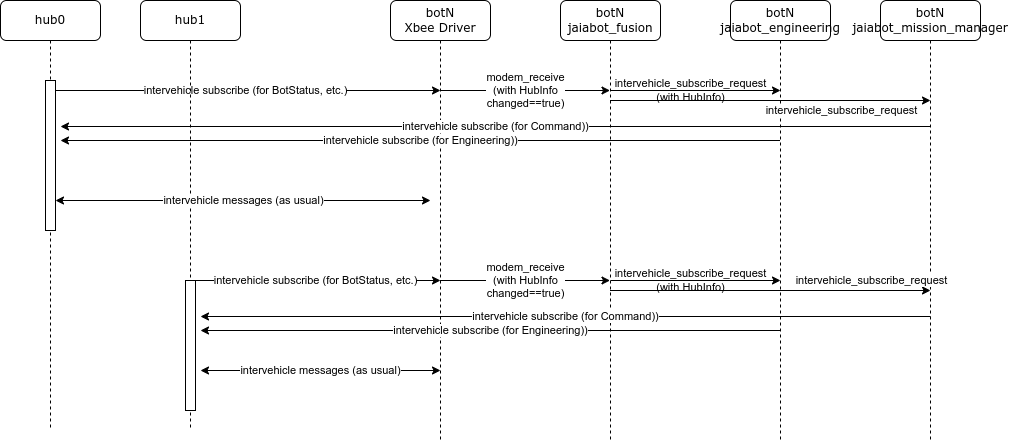
jaiarobotics/jaiabot keeps this draw.io diagram as src/doc/figures/multihub-sequence.png. Above is the earlier version. Source tidied: cells renumbered, new cells last; positions are measured from the earlier drawing's top-left corner, leaving out a move shared by most shapes.
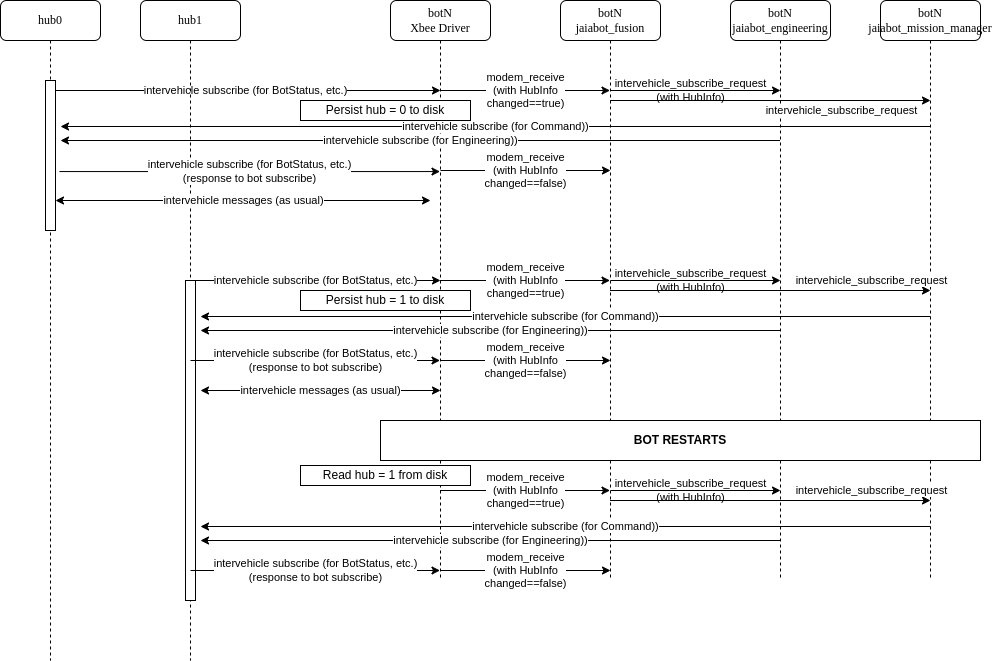
Above is the later version.

Commit message:
Allow bots to restart during multihub without having the hub resend a packet by persisting the last hub received from

The edit, as a diff of the source:
```diff
@@ -3,7 +3,7 @@
     <mxCell id="0" />
     <mxCell id="1" parent="0" />
     <mxCell id="2" value="botN&lt;br&gt;Xbee Driver" style="shape=umlLifeline;perimeter=lifelinePerimeter;whiteSpace=wrap;html=1;outlineConnect=0;rounded=1;shadow=0;comic=0;labelBackgroundColor=none;strokeWidth=1;fontFamily=Verdana;fontSize=12;align=center;" parent="1" vertex="1">
-      <mxGeometry x="390" width="100" height="440" as="geometry" />
+      <mxGeometry x="390" width="100" height="580" as="geometry" />
     </mxCell>
     <mxCell id="3" value="&lt;span style=&quot;color: rgb(0, 0, 0); font-family: Helvetica; font-size: 11px; font-style: normal; font-variant-ligatures: normal; font-variant-caps: normal; font-weight: 400; letter-spacing: normal; orphans: 2; text-align: center; text-indent: 0px; text-transform: none; widows: 2; word-spacing: 0px; -webkit-text-stroke-width: 0px; background-color: rgb(255, 255, 255); text-decoration-thickness: initial; text-decoration-style: initial; text-decoration-color: initial; float: none; display: inline !important;&quot;&gt;intervehicle subscribe (for BotStatus, etc.)&lt;/span&gt;" style="endArrow=classic;html=1;rounded=0;" parent="2" edge="1">
       <mxGeometry relative="1" as="geometry">
@@ -12,13 +12,13 @@
       </mxGeometry>
     </mxCell>
     <mxCell id="4" value="hub0" style="shape=umlLifeline;perimeter=lifelinePerimeter;whiteSpace=wrap;html=1;rounded=1;shadow=0;comic=0;labelBackgroundColor=none;strokeWidth=1;fontFamily=Verdana;fontSize=12;align=center;" parent="1" vertex="1">
-      <mxGeometry width="100" height="430" as="geometry" />
+      <mxGeometry width="100" height="660" as="geometry" />
     </mxCell>
     <mxCell id="5" style="html=1;points=[];perimeter=orthogonalPerimeter;" parent="4" vertex="1">
       <mxGeometry x="45" y="80" width="10" height="150" as="geometry" />
     </mxCell>
     <mxCell id="6" value="hub1" style="shape=umlLifeline;perimeter=lifelinePerimeter;whiteSpace=wrap;html=1;outlineConnect=0;rounded=1;shadow=0;comic=0;labelBackgroundColor=none;strokeWidth=1;fontFamily=Verdana;fontSize=12;align=center;" parent="1" vertex="1">
-      <mxGeometry x="140" width="100" height="430" as="geometry" />
+      <mxGeometry x="140" width="100" height="660" as="geometry" />
     </mxCell>
     <mxCell id="7" value="&lt;span style=&quot;color: rgb(0, 0, 0); font-family: Helvetica; font-size: 11px; font-style: normal; font-variant-ligatures: normal; font-variant-caps: normal; font-weight: 400; letter-spacing: normal; orphans: 2; text-align: center; text-indent: 0px; text-transform: none; widows: 2; word-spacing: 0px; -webkit-text-stroke-width: 0px; background-color: rgb(255, 255, 255); text-decoration-thickness: initial; text-decoration-style: initial; text-decoration-color: initial; float: none; display: inline !important;&quot;&gt;intervehicle messages (as usual)&lt;/span&gt;" style="endArrow=classic;html=1;rounded=0;startArrow=classic;startFill=1;endFill=1;" parent="6" edge="1">
       <mxGeometry relative="1" as="geometry">
@@ -27,7 +27,7 @@
       </mxGeometry>
     </mxCell>
     <mxCell id="8" style="html=1;perimeter=orthogonalPerimeter;" parent="6" vertex="1">
-      <mxGeometry x="45" y="280" width="10" height="130" as="geometry" />
+      <mxGeometry x="45" y="280" width="10" height="320" as="geometry" />
     </mxCell>
     <mxCell id="9" value="&lt;span style=&quot;color: rgb(0, 0, 0); font-family: Helvetica; font-size: 11px; font-style: normal; font-variant-ligatures: normal; font-variant-caps: normal; font-weight: 400; letter-spacing: normal; orphans: 2; text-align: center; text-indent: 0px; text-transform: none; widows: 2; word-spacing: 0px; -webkit-text-stroke-width: 0px; background-color: rgb(255, 255, 255); text-decoration-thickness: initial; text-decoration-style: initial; text-decoration-color: initial; float: none; display: inline !important;&quot;&gt;intervehicle subscribe (for Engineering))&lt;/span&gt;" style="endArrow=none;html=1;rounded=0;startArrow=classic;startFill=1;endFill=0;" parent="1" edge="1">
       <mxGeometry relative="1" as="geometry">
@@ -36,10 +36,16 @@
       </mxGeometry>
     </mxCell>
     <mxCell id="10" value="botN&lt;br&gt;jaiabot_fusion" style="shape=umlLifeline;perimeter=lifelinePerimeter;whiteSpace=wrap;html=1;outlineConnect=0;rounded=1;shadow=0;comic=0;labelBackgroundColor=none;strokeWidth=1;fontFamily=Verdana;fontSize=12;align=center;" parent="1" vertex="1">
-      <mxGeometry x="560" width="100" height="440" as="geometry" />
+      <mxGeometry x="560" width="100" height="580" as="geometry" />
     </mxCell>
+    <mxCell id="24" value="modem_receive&lt;br&gt;(with HubInfo&lt;br&gt;changed==false)" style="endArrow=classic;html=1;rounded=0;" parent="10" edge="1">
+      <mxGeometry relative="1" as="geometry">
+        <mxPoint x="-120" y="170" as="sourcePoint" />
+        <mxPoint x="50" y="170" as="targetPoint" />
+      </mxGeometry>
+    </mxCell>
     <mxCell id="11" value="botN&lt;br&gt;jaiabot_engineering" style="shape=umlLifeline;perimeter=lifelinePerimeter;whiteSpace=wrap;html=1;rounded=1;shadow=0;comic=0;labelBackgroundColor=none;strokeWidth=1;fontFamily=Verdana;fontSize=12;align=center;" parent="1" vertex="1">
-      <mxGeometry x="730" width="100" height="440" as="geometry" />
+      <mxGeometry x="730" width="100" height="580" as="geometry" />
     </mxCell>
     <mxCell id="12" value="intervehicle_subscribe_request&lt;br&gt;(with HubInfo)" style="endArrow=classic;html=1;rounded=0;labelBackgroundColor=none;" parent="11" edge="1">
       <mxGeometry x="-0.06" relative="1" as="geometry">
@@ -54,7 +60,7 @@
       </mxGeometry>
     </mxCell>
     <mxCell id="14" value="botN&lt;br&gt;jaiabot_mission_manager" style="shape=umlLifeline;perimeter=lifelinePerimeter;whiteSpace=wrap;html=1;rounded=1;shadow=0;comic=0;labelBackgroundColor=none;strokeWidth=1;fontFamily=Verdana;fontSize=12;align=center;" parent="1" vertex="1">
-      <mxGeometry x="880" width="100" height="440" as="geometry" />
+      <mxGeometry x="880" width="100" height="580" as="geometry" />
     </mxCell>
     <mxCell id="15" value="intervehicle_subscribe_request" style="endArrow=classic;html=1;rounded=0;" parent="14" edge="1" source="10">
       <mxGeometry x="0.44" y="-10" relative="1" as="geometry">
@@ -104,9 +110,78 @@
     </mxCell>
     <mxCell id="23" value="&lt;span style=&quot;color: rgb(0, 0, 0); font-family: Helvetica; font-size: 11px; font-style: normal; font-variant-ligatures: normal; font-variant-caps: normal; font-weight: 400; letter-spacing: normal; orphans: 2; text-align: center; text-indent: 0px; text-transform: none; widows: 2; word-spacing: 0px; -webkit-text-stroke-width: 0px; background-color: rgb(255, 255, 255); text-decoration-thickness: initial; text-decoration-style: initial; text-decoration-color: initial; float: none; display: inline !important;&quot;&gt;intervehicle messages (as usual)&lt;/span&gt;" style="endArrow=classic;html=1;rounded=0;startArrow=classic;startFill=1;endFill=1;" parent="1" edge="1">
       <mxGeometry relative="1" as="geometry">
-        <mxPoint x="200" y="370" as="sourcePoint" />
-        <mxPoint x="440" y="370" as="targetPoint" />
+        <mxPoint x="200" y="390" as="sourcePoint" />
+        <mxPoint x="440" y="390" as="targetPoint" />
       </mxGeometry>
     </mxCell>
+    <mxCell id="25" value="&lt;span style=&quot;color: rgb(0, 0, 0); font-family: Helvetica; font-size: 11px; font-style: normal; font-variant-ligatures: normal; font-variant-caps: normal; font-weight: 400; letter-spacing: normal; orphans: 2; text-align: center; text-indent: 0px; text-transform: none; widows: 2; word-spacing: 0px; -webkit-text-stroke-width: 0px; background-color: rgb(255, 255, 255); text-decoration-thickness: initial; text-decoration-style: initial; text-decoration-color: initial; float: none; display: inline !important;&quot;&gt;intervehicle subscribe (for BotStatus, etc.)&lt;br&gt;(response to bot subscribe)&lt;br&gt;&lt;/span&gt;" style="endArrow=classic;html=1;rounded=0;exitX=1.4;exitY=0.607;exitDx=0;exitDy=0;exitPerimeter=0;" parent="1" edge="1" source="5" target="2">
+      <mxGeometry relative="1" as="geometry" />
+    </mxCell>
+    <mxCell id="26" value="&lt;span style=&quot;color: rgb(0, 0, 0); font-family: Helvetica; font-size: 11px; font-style: normal; font-variant-ligatures: normal; font-variant-caps: normal; font-weight: 400; letter-spacing: normal; orphans: 2; text-align: center; text-indent: 0px; text-transform: none; widows: 2; word-spacing: 0px; -webkit-text-stroke-width: 0px; background-color: rgb(255, 255, 255); text-decoration-thickness: initial; text-decoration-style: initial; text-decoration-color: initial; float: none; display: inline !important;&quot;&gt;intervehicle subscribe (for BotStatus, etc.)&lt;br&gt;(response to bot subscribe)&lt;br&gt;&lt;/span&gt;" style="endArrow=classic;html=1;rounded=0;exitX=1.4;exitY=0.607;exitDx=0;exitDy=0;exitPerimeter=0;" parent="1" edge="1">
+      <mxGeometry relative="1" as="geometry">
+        <mxPoint x="190" y="360" as="sourcePoint" />
+        <mxPoint x="439.5" y="360" as="targetPoint" />
+      </mxGeometry>
+    </mxCell>
+    <mxCell id="27" value="modem_receive&lt;br&gt;(with HubInfo&lt;br&gt;changed==false)" style="endArrow=classic;html=1;rounded=0;" parent="1" edge="1">
+      <mxGeometry relative="1" as="geometry">
+        <mxPoint x="440" y="360" as="sourcePoint" />
+        <mxPoint x="610" y="360" as="targetPoint" />
+      </mxGeometry>
+    </mxCell>
+    <mxCell id="28" value="&lt;b&gt;BOT RESTARTS&lt;/b&gt;" style="rounded=0;whiteSpace=wrap;html=1;" parent="1" vertex="1">
+      <mxGeometry x="380" y="420" width="600" height="40" as="geometry" />
+    </mxCell>
+    <mxCell id="29" value="&lt;span style=&quot;color: rgb(0, 0, 0); font-family: Helvetica; font-size: 11px; font-style: normal; font-variant-ligatures: normal; font-variant-caps: normal; font-weight: 400; letter-spacing: normal; orphans: 2; text-align: center; text-indent: 0px; text-transform: none; widows: 2; word-spacing: 0px; -webkit-text-stroke-width: 0px; background-color: rgb(255, 255, 255); text-decoration-thickness: initial; text-decoration-style: initial; text-decoration-color: initial; float: none; display: inline !important;&quot;&gt;intervehicle subscribe (for Engineering))&lt;/span&gt;" style="endArrow=none;html=1;rounded=0;startArrow=classic;startFill=1;endFill=0;" parent="1" edge="1">
+      <mxGeometry relative="1" as="geometry">
+        <mxPoint x="200" y="540" as="sourcePoint" />
+        <mxPoint x="779.5" y="540" as="targetPoint" />
+      </mxGeometry>
+    </mxCell>
+    <mxCell id="30" value="modem_receive&lt;br&gt;(with HubInfo&lt;br&gt;changed==true)" style="endArrow=classic;html=1;rounded=0;" parent="1" edge="1">
+      <mxGeometry relative="1" as="geometry">
+        <mxPoint x="439.5" y="490" as="sourcePoint" />
+        <mxPoint x="609.5" y="490" as="targetPoint" />
+      </mxGeometry>
+    </mxCell>
+    <mxCell id="31" value="intervehicle_subscribe_request" style="endArrow=classic;html=1;rounded=0;" parent="1" edge="1">
+      <mxGeometry x="0.63" y="10" relative="1" as="geometry">
+        <mxPoint x="609.5" y="500" as="sourcePoint" />
+        <mxPoint x="930" y="500" as="targetPoint" />
+      </mxGeometry>
+    </mxCell>
+    <mxCell id="32" value="&lt;span style=&quot;color: rgb(0, 0, 0); font-family: Helvetica; font-size: 11px; font-style: normal; font-variant-ligatures: normal; font-variant-caps: normal; font-weight: 400; letter-spacing: normal; orphans: 2; text-align: center; text-indent: 0px; text-transform: none; widows: 2; word-spacing: 0px; -webkit-text-stroke-width: 0px; background-color: rgb(255, 255, 255); text-decoration-thickness: initial; text-decoration-style: initial; text-decoration-color: initial; float: none; display: inline !important;&quot;&gt;intervehicle subscribe (for Command))&lt;/span&gt;" style="endArrow=none;html=1;rounded=0;startArrow=classic;startFill=1;endFill=0;" parent="1" edge="1">
+      <mxGeometry relative="1" as="geometry">
+        <mxPoint x="200" y="526" as="sourcePoint" />
+        <mxPoint x="930" y="526" as="targetPoint" />
+      </mxGeometry>
+    </mxCell>
+    <mxCell id="33" value="intervehicle_subscribe_request&lt;br&gt;(with HubInfo)" style="endArrow=classic;html=1;rounded=0;labelBackgroundColor=none;" parent="1" edge="1">
+      <mxGeometry x="-0.06" relative="1" as="geometry">
+        <mxPoint x="610" y="490" as="sourcePoint" />
+        <mxPoint x="780" y="490" as="targetPoint" />
+      </mxGeometry>
+    </mxCell>
+    <mxCell id="34" value="&lt;span style=&quot;color: rgb(0, 0, 0); font-family: Helvetica; font-size: 11px; font-style: normal; font-variant-ligatures: normal; font-variant-caps: normal; font-weight: 400; letter-spacing: normal; orphans: 2; text-align: center; text-indent: 0px; text-transform: none; widows: 2; word-spacing: 0px; -webkit-text-stroke-width: 0px; background-color: rgb(255, 255, 255); text-decoration-thickness: initial; text-decoration-style: initial; text-decoration-color: initial; float: none; display: inline !important;&quot;&gt;intervehicle subscribe (for BotStatus, etc.)&lt;br&gt;(response to bot subscribe)&lt;br&gt;&lt;/span&gt;" style="endArrow=classic;html=1;rounded=0;exitX=1.4;exitY=0.607;exitDx=0;exitDy=0;exitPerimeter=0;" parent="1" edge="1">
+      <mxGeometry relative="1" as="geometry">
+        <mxPoint x="190" y="570" as="sourcePoint" />
+        <mxPoint x="439.5" y="570" as="targetPoint" />
+      </mxGeometry>
+    </mxCell>
+    <mxCell id="35" value="modem_receive&lt;br&gt;(with HubInfo&lt;br&gt;changed==false)" style="endArrow=classic;html=1;rounded=0;" parent="1" edge="1">
+      <mxGeometry relative="1" as="geometry">
+        <mxPoint x="440" y="570" as="sourcePoint" />
+        <mxPoint x="610" y="570" as="targetPoint" />
+      </mxGeometry>
+    </mxCell>
+    <mxCell id="36" value="Persist hub = 1 to disk" style="rounded=0;whiteSpace=wrap;html=1;" parent="1" vertex="1">
+      <mxGeometry x="300" y="290" width="170" height="20" as="geometry" />
+    </mxCell>
+    <mxCell id="37" value="Persist hub = 0 to disk" style="rounded=0;whiteSpace=wrap;html=1;" parent="1" vertex="1">
+      <mxGeometry x="300" y="100" width="170" height="20" as="geometry" />
+    </mxCell>
+    <mxCell id="38" value="Read hub = 1 from disk" style="rounded=0;whiteSpace=wrap;html=1;" parent="1" vertex="1">
+      <mxGeometry x="300" y="465" width="170" height="20" as="geometry" />
+    </mxCell>
   </root>
 </mxGraphModel>
```
